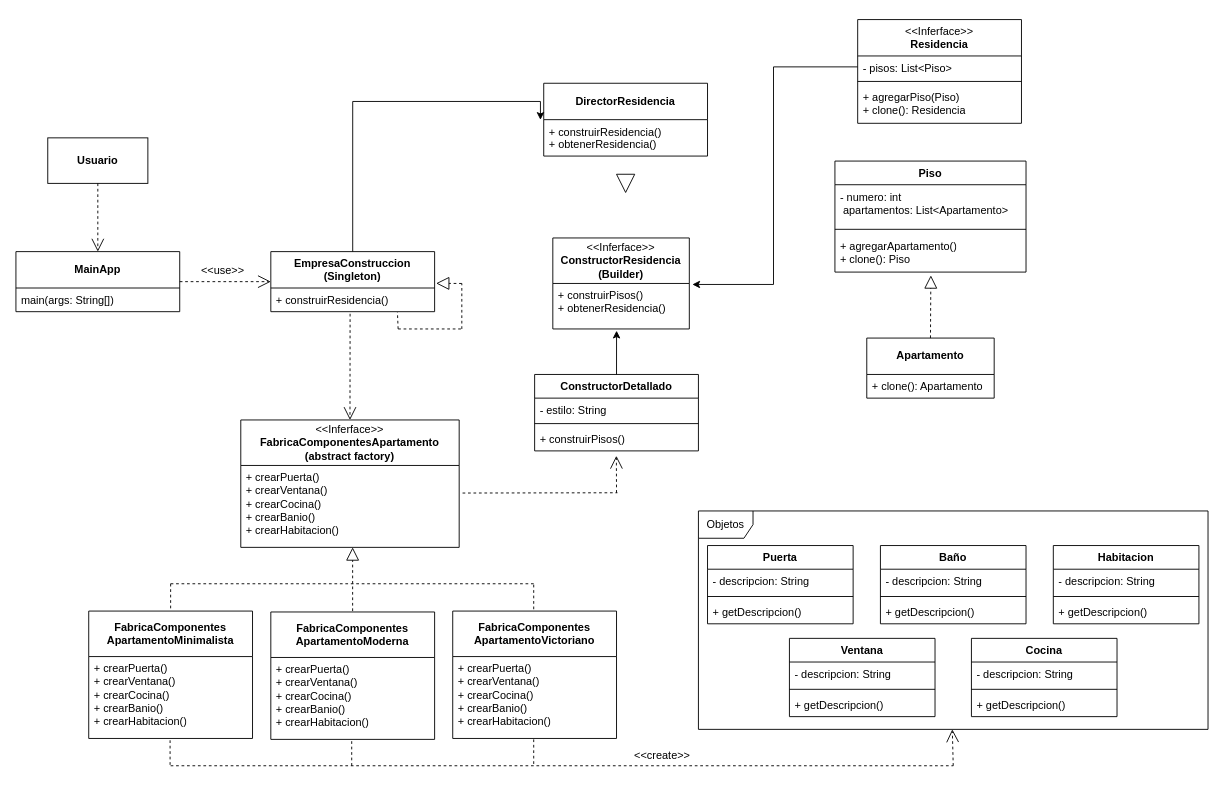
Earlier version of the draw.io diagram Empresa_Costrución.drawio (EsantiagoSC/Taller-2). Source tidied: cells renumbered, new cells numbered last; positions are measured from the earlier drawing's top-left corner, leaving out a move shared by most shapes. Both pictures are drawn from the tidied source at 91%, with x=0, y=0 at pixel (15, 19).
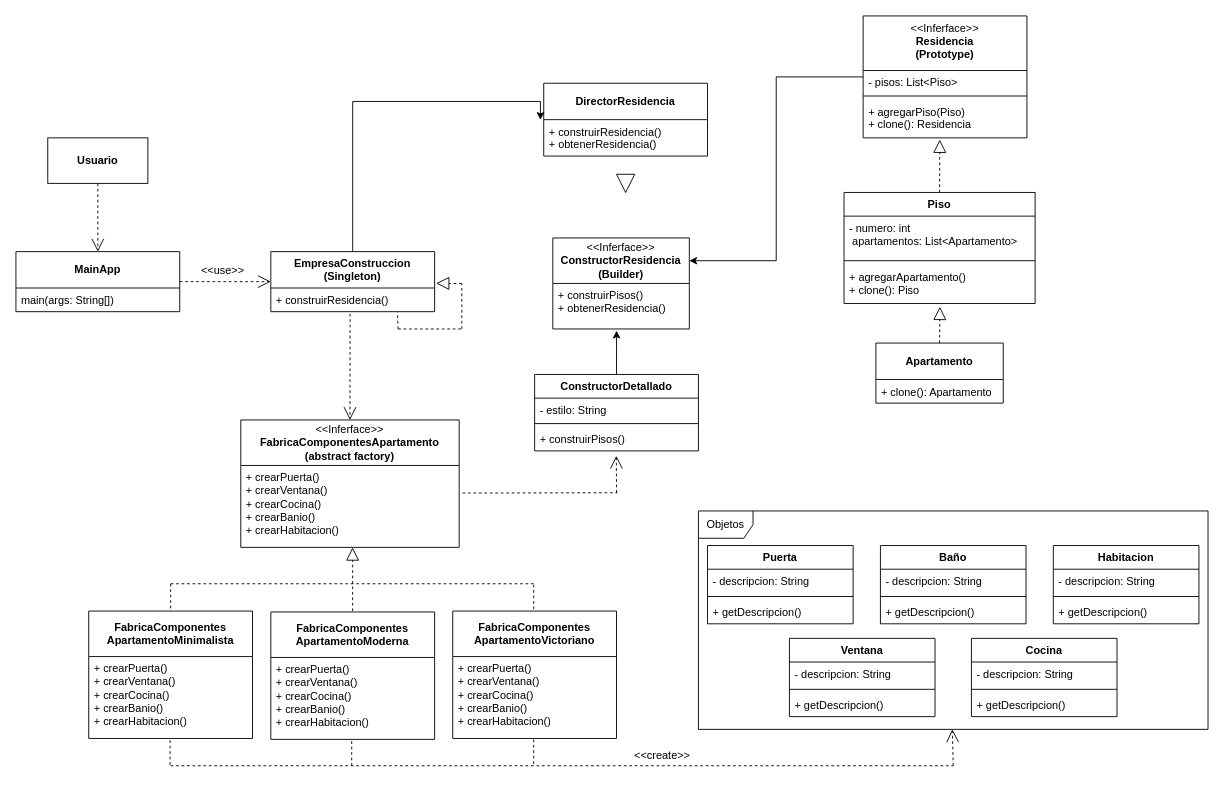
The same diagram, later.

The change refers to these unchanged cells:
```xml
<mxCell id="21" value="&lt;div&gt;&amp;lt;&amp;lt;Inferface&amp;gt;&amp;gt;&lt;/div&gt;&lt;b&gt;ConstructorResidencia&lt;/b&gt;&lt;div&gt;&lt;b&gt;(Builder)&lt;/b&gt;&lt;/div&gt;" style="swimlane;fontStyle=0;horizontal=1;startSize=50;fillColor=none;whiteSpace=wrap;html=1;" parent="1" vertex="1">
  <mxGeometry x="590" y="240" width="150" height="100" as="geometry" />
</mxCell>
<mxCell id="22" value="&lt;div&gt;+ construirPisos()&lt;/div&gt;&lt;div&gt;&lt;span style=&quot;background-color: transparent; color: light-dark(rgb(0, 0, 0), rgb(255, 255, 255));&quot;&gt;+ obtenerResidencia()&lt;/span&gt;&lt;/div&gt;" style="text;strokeColor=none;fillColor=none;align=left;verticalAlign=top;spacingLeft=4;spacingRight=4;overflow=hidden;points=[[0,0.5],[1,0.5]];portConstraint=eastwest;whiteSpace=wrap;html=1;" parent="21" vertex="1">
  <mxGeometry y="50" width="150" height="50" as="geometry" />
</mxCell>
```

Change to the diagram source:
```diff
@@
+    <mxCell id="80" style="edgeStyle=orthogonalEdgeStyle;rounded=0;jettySize=auto;html=1;entryX=1;entryY=0.25;entryDx=0;entryDy=0;" parent="1" edge="1" source="30" target="21">
+      <mxGeometry relative="1" as="geometry" />
+    </mxCell>
-    <mxCell id="30" value="&lt;div&gt;&lt;span style=&quot;font-weight: 400;&quot;&gt;&amp;lt;&amp;lt;Inferface&amp;gt;&amp;gt;&lt;/span&gt;&lt;/div&gt;Residencia" style="swimlane;fontStyle=1;align=center;verticalAlign=top;horizontal=1;startSize=40;whiteSpace=wrap;html=1;" parent="1" vertex="1">
-      <mxGeometry x="925" width="180" height="114" as="geometry" />
+    <mxCell id="30" value="&lt;div&gt;&lt;span style=&quot;font-weight: 400;&quot;&gt;&amp;lt;&amp;lt;Inferface&amp;gt;&amp;gt;&lt;/span&gt;&lt;/div&gt;Residencia&lt;div&gt;(Prototype)&lt;/div&gt;" style="swimlane;fontStyle=1;align=center;verticalAlign=top;horizontal=1;startSize=60;whiteSpace=wrap;html=1;" parent="1" vertex="1">
+      <mxGeometry x="931" y="-4" width="180" height="134" as="geometry" />
     </mxCell>
     <mxCell id="31" value="- pisos: List&amp;lt;Piso&amp;gt;" style="text;strokeColor=none;fillColor=none;align=left;verticalAlign=top;spacingLeft=4;spacingRight=4;overflow=hidden;points=[[0,0.5],[1,0.5]];portConstraint=eastwest;whiteSpace=wrap;html=1;" parent="30" vertex="1">
-      <mxGeometry y="40" width="180" height="24" as="geometry" />
+      <mxGeometry y="60" width="180" height="24" as="geometry" />
     </mxCell>
     <mxCell id="32" style="line;strokeWidth=1;fillColor=none;align=left;verticalAlign=middle;spacingTop=-1;spacingLeft=3;spacingRight=3;labelPosition=right;strokeColor=inherit;" parent="30" vertex="1">
-      <mxGeometry y="64" width="180" height="8" as="geometry" />
+      <mxGeometry y="84" width="180" height="8" as="geometry" />
     </mxCell>
     <mxCell id="33" value="&lt;div&gt;+ agregarPiso(Piso)&lt;/div&gt;&lt;div&gt;+ clone(): Residencia&lt;/div&gt;" style="text;strokeColor=none;fillColor=none;align=left;verticalAlign=top;spacingLeft=4;spacingRight=4;overflow=hidden;points=[[0,0.5],[1,0.5]];portConstraint=eastwest;whiteSpace=wrap;html=1;" parent="30" vertex="1">
-      <mxGeometry y="72" width="180" height="42" as="geometry" />
+      <mxGeometry y="92" width="180" height="42" as="geometry" />
     </mxCell>
     <mxCell id="34" value="Piso" style="swimlane;fontStyle=1;align=center;verticalAlign=top;horizontal=1;startSize=26;whiteSpace=wrap;html=1;" parent="1" vertex="1">
-      <mxGeometry x="900" y="155.5" width="210" height="122" as="geometry" />
+      <mxGeometry x="910" y="190" width="210" height="122" as="geometry" />
     </mxCell>
@@
-    <mxCell id="43" style="edgeStyle=orthogonalEdgeStyle;rounded=0;jettySize=auto;html=1;entryX=1.022;entryY=0.022;entryDx=0;entryDy=0;entryPerimeter=0;" parent="1" edge="1" source="31" target="22">
-      <mxGeometry relative="1" as="geometry" />
-    </mxCell>
@@
     <mxCell id="77" value="&lt;b&gt;Apartamento&lt;/b&gt;" style="swimlane;fontStyle=0;horizontal=1;startSize=40;fillColor=none;whiteSpace=wrap;html=1;" parent="1" vertex="1">
-      <mxGeometry x="935" y="350" width="140" height="66" as="geometry" />
+      <mxGeometry x="945" y="355.5" width="140" height="66" as="geometry" />
     </mxCell>
@@
+    <mxCell id="81" style="endArrow=block;dashed=1;endFill=0;endSize=12;html=1;rounded=0;entryX=0.468;entryY=1.046;entryDx=0;entryDy=0;entryPerimeter=0;exitX=0.5;exitY=0;exitDx=0;exitDy=0;" parent="1" edge="1" source="34" target="33">
+      <mxGeometry relative="1" as="geometry" />
+    </mxCell>
```
